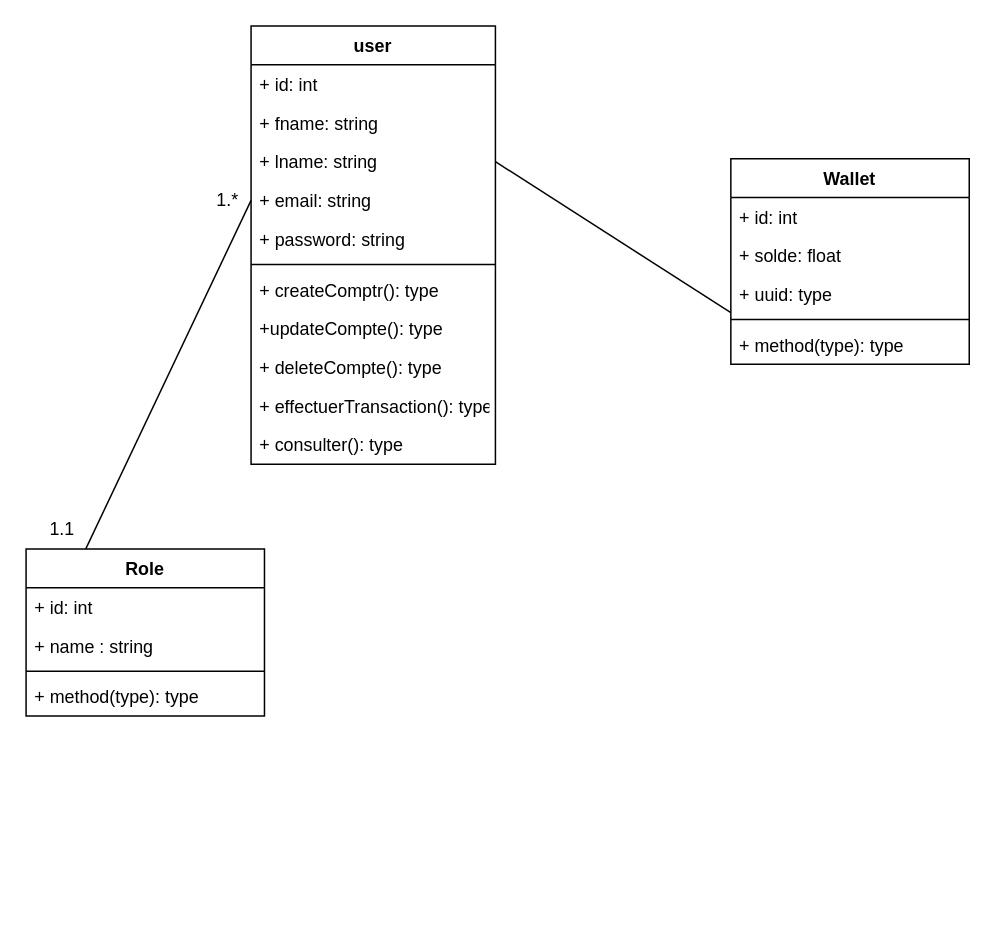
Before: conception/class.drawio in MaryemKhaoua/API, a draw.io diagram. Source tidied: cells renumbered, new cells numbered last; positions are measured from the earlier drawing's top-left corner, leaving out a move shared by most shapes. Both pictures are drawn from the tidied source at 149%, with x=0, y=0 at pixel (25, 25).
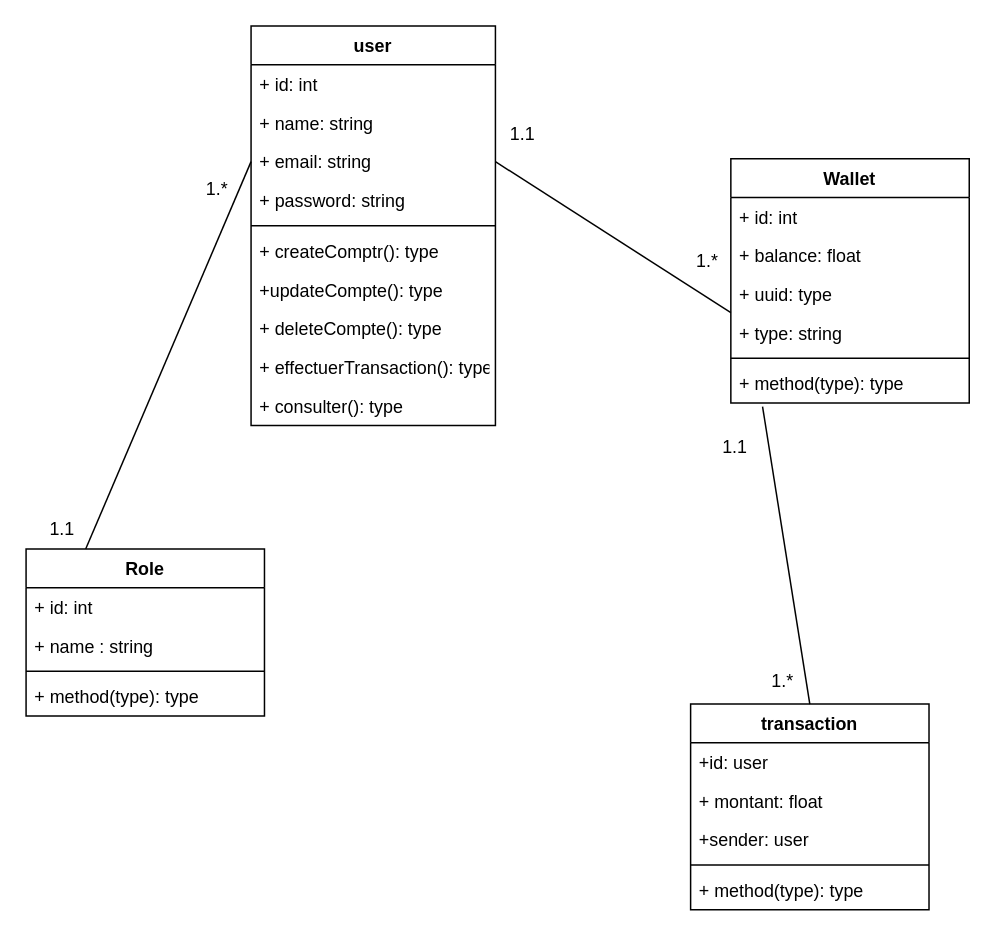
The same page after the edit.

Commit message:
modifier dans method auth

Unchanged cells that the change refers to:
```xml
<mxCell id="17" value="+ uuid: type" style="text;strokeColor=none;fillColor=none;align=left;verticalAlign=top;spacingLeft=4;spacingRight=4;overflow=hidden;points=[[0,0.5],[1,0.5]];portConstraint=eastwest;" parent="14" vertex="1">
  <mxGeometry y="78" width="160" height="26" as="geometry" />
</mxCell>
```

Change to the diagram source:
```diff
@@
     <mxCell id="2" value="user" style="swimlane;fontStyle=1;align=center;verticalAlign=top;horizontal=1;startSize=26;" parent="1" vertex="1">
-      <mxGeometry x="151" width="164" height="294" as="geometry" />
+      <mxGeometry x="151" width="164" height="268" as="geometry" />
     </mxCell>
@@
-    <mxCell id="4" value="+ fname: string" style="text;strokeColor=none;fillColor=none;align=left;verticalAlign=top;spacingLeft=4;spacingRight=4;overflow=hidden;" parent="2" vertex="1">
+    <mxCell id="4" value="+ name: string" style="text;strokeColor=none;fillColor=none;align=left;verticalAlign=top;spacingLeft=4;spacingRight=4;overflow=hidden;" parent="2" vertex="1">
       <mxGeometry y="52" width="164" height="26" as="geometry" />
     </mxCell>
-    <mxCell id="5" value="+ lname: string" style="text;strokeColor=none;fillColor=none;align=left;verticalAlign=top;spacingLeft=4;spacingRight=4;overflow=hidden;points=[[0,0.5],[1,0.5]];portConstraint=eastwest;" parent="2" vertex="1">
-      <mxGeometry y="78" width="164" height="26" as="geometry" />
-    </mxCell>
     <mxCell id="6" value="+ email: string" style="text;strokeColor=none;fillColor=none;align=left;verticalAlign=top;spacingLeft=4;spacingRight=4;overflow=hidden;points=[[0,0.5],[1,0.5]];portConstraint=eastwest;" parent="2" vertex="1">
-      <mxGeometry y="104" width="164" height="26" as="geometry" />
+      <mxGeometry y="78" width="164" height="26" as="geometry" />
     </mxCell>
     <mxCell id="7" value="+ password: string" style="text;strokeColor=none;fillColor=none;align=left;verticalAlign=top;spacingLeft=4;spacingRight=4;overflow=hidden;" parent="2" vertex="1">
-      <mxGeometry y="130" width="164" height="26" as="geometry" />
+      <mxGeometry y="104" width="164" height="26" as="geometry" />
     </mxCell>
     <mxCell id="8" style="line;strokeWidth=1;fillColor=none;align=left;verticalAlign=middle;spacingTop=-1;spacingLeft=3;spacingRight=3;labelPosition=right;strokeColor=inherit;" parent="2" vertex="1">
-      <mxGeometry y="156" width="164" height="8" as="geometry" />
+      <mxGeometry y="130" width="164" height="8" as="geometry" />
     </mxCell>
     <mxCell id="9" value="+ createComptr(): type" style="text;strokeColor=none;fillColor=none;align=left;verticalAlign=top;spacingLeft=4;spacingRight=4;overflow=hidden;" parent="2" vertex="1">
-      <mxGeometry y="164" width="164" height="26" as="geometry" />
+      <mxGeometry y="138" width="164" height="26" as="geometry" />
     </mxCell>
     <mxCell id="10" value="+updateCompte(): type" style="text;strokeColor=none;fillColor=none;align=left;verticalAlign=top;spacingLeft=4;spacingRight=4;overflow=hidden;" parent="2" vertex="1">
-      <mxGeometry y="190" width="164" height="26" as="geometry" />
+      <mxGeometry y="164" width="164" height="26" as="geometry" />
     </mxCell>
     <mxCell id="11" value="+ deleteCompte(): type" style="text;strokeColor=none;fillColor=none;align=left;verticalAlign=top;spacingLeft=4;spacingRight=4;overflow=hidden;" parent="2" vertex="1">
-      <mxGeometry y="216" width="164" height="26" as="geometry" />
+      <mxGeometry y="190" width="164" height="26" as="geometry" />
     </mxCell>
     <mxCell id="12" value="+ effectuerTransaction(): type" style="text;strokeColor=none;fillColor=none;align=left;verticalAlign=top;spacingLeft=4;spacingRight=4;overflow=hidden;" parent="2" vertex="1">
-      <mxGeometry y="242" width="164" height="26" as="geometry" />
+      <mxGeometry y="216" width="164" height="26" as="geometry" />
     </mxCell>
     <mxCell id="13" value="+ consulter(): type" style="text;strokeColor=none;fillColor=none;align=left;verticalAlign=top;spacingLeft=4;spacingRight=4;overflow=hidden;" parent="2" vertex="1">
-      <mxGeometry y="268" width="164" height="26" as="geometry" />
+      <mxGeometry y="242" width="164" height="26" as="geometry" />
     </mxCell>
     <mxCell id="14" value="Wallet" style="swimlane;fontStyle=1;align=center;verticalAlign=top;horizontal=1;startSize=26;" parent="1" vertex="1">
-      <mxGeometry x="473" y="89" width="160" height="138" as="geometry" />
+      <mxGeometry x="473" y="89" width="160" height="164" as="geometry" />
     </mxCell>
@@
-    <mxCell id="16" value="+ solde: float" style="text;strokeColor=none;fillColor=none;align=left;verticalAlign=top;spacingLeft=4;spacingRight=4;overflow=hidden;" parent="14" vertex="1">
+    <mxCell id="16" value="+ balance: float" style="text;strokeColor=none;fillColor=none;align=left;verticalAlign=top;spacingLeft=4;spacingRight=4;overflow=hidden;" parent="14" vertex="1">
       <mxGeometry y="52" width="160" height="26" as="geometry" />
     </mxCell>
@@
+    <mxCell id="29" value="+ type: string" style="text;strokeColor=none;fillColor=none;align=left;verticalAlign=top;spacingLeft=4;spacingRight=4;overflow=hidden;" parent="14" vertex="1">
+      <mxGeometry y="104" width="160" height="26" as="geometry" />
+    </mxCell>
     <mxCell id="18" style="line;strokeWidth=1;fillColor=none;align=left;verticalAlign=middle;spacingTop=-1;spacingLeft=3;spacingRight=3;labelPosition=right;strokeColor=inherit;" parent="14" vertex="1">
-      <mxGeometry y="104" width="160" height="8" as="geometry" />
+      <mxGeometry y="130" width="160" height="8" as="geometry" />
     </mxCell>
     <mxCell id="19" value="+ method(type): type" style="text;strokeColor=none;fillColor=none;align=left;verticalAlign=top;spacingLeft=4;spacingRight=4;overflow=hidden;points=[[0,0.5],[1,0.5]];portConstraint=eastwest;" parent="14" vertex="1">
-      <mxGeometry y="112" width="160" height="26" as="geometry" />
+      <mxGeometry y="138" width="160" height="26" as="geometry" />
     </mxCell>
@@
-    <mxCell id="25" style="edgeStyle=none;html=1;exitX=1;exitY=0.5;exitDx=0;exitDy=0;entryX=0;entryY=0.974;entryDx=0;entryDy=0;entryPerimeter=0;endArrow=none;endFill=0;" parent="1" edge="1" source="5" target="17">
-      <mxGeometry relative="1" as="geometry" />
+    <mxCell id="25" style="edgeStyle=none;html=1;exitX=1;exitY=0.5;exitDx=0;exitDy=0;entryX=0;entryY=0.974;entryDx=0;entryDy=0;entryPerimeter=0;endArrow=none;endFill=0;" parent="1" edge="1" target="17">
+      <mxGeometry relative="1" as="geometry">
+        <mxPoint x="315" y="91" as="sourcePoint" />
+      </mxGeometry>
     </mxCell>
@@
     <mxCell id="28" value="1.*" style="text;html=1;align=center;verticalAlign=middle;strokeColor=none;fillColor=none;" parent="1" vertex="1">
-      <mxGeometry x="118" y="104" width="33" height="26" as="geometry" />
+      <mxGeometry x="111" y="97" width="33" height="26" as="geometry" />
     </mxCell>
+    <mxCell id="30" value="1.1" style="text;html=1;align=center;verticalAlign=middle;strokeColor=none;fillColor=none;" parent="1" vertex="1">
+      <mxGeometry x="315" y="60" width="35" height="26" as="geometry" />
+    </mxCell>
+    <mxCell id="31" value="1.*" style="text;html=1;align=center;verticalAlign=middle;strokeColor=none;fillColor=none;" parent="1" vertex="1">
+      <mxGeometry x="440" y="145" width="33" height="26" as="geometry" />
+    </mxCell>
+    <mxCell id="32" value="transaction" style="swimlane;fontStyle=1;align=center;verticalAlign=top;horizontal=1;startSize=26;" parent="1" vertex="1">
+      <mxGeometry x="446" y="455" width="160" height="138" as="geometry" />
+    </mxCell>
+    <mxCell id="33" value="+id: user" style="text;strokeColor=none;fillColor=none;align=left;verticalAlign=top;spacingLeft=4;spacingRight=4;overflow=hidden;" parent="32" vertex="1">
+      <mxGeometry y="26" width="160" height="26" as="geometry" />
+    </mxCell>
+    <mxCell id="34" value="+ montant: float" style="text;strokeColor=none;fillColor=none;align=left;verticalAlign=top;spacingLeft=4;spacingRight=4;overflow=hidden;" parent="32" vertex="1">
+      <mxGeometry y="52" width="160" height="26" as="geometry" />
+    </mxCell>
+    <mxCell id="35" value="+sender: user" style="text;strokeColor=none;fillColor=none;align=left;verticalAlign=top;spacingLeft=4;spacingRight=4;overflow=hidden;" parent="32" vertex="1">
+      <mxGeometry y="78" width="160" height="26" as="geometry" />
+    </mxCell>
+    <mxCell id="36" style="line;strokeWidth=1;fillColor=none;align=left;verticalAlign=middle;spacingTop=-1;spacingLeft=3;spacingRight=3;labelPosition=right;strokeColor=inherit;" parent="32" vertex="1">
+      <mxGeometry y="104" width="160" height="8" as="geometry" />
+    </mxCell>
+    <mxCell id="37" value="+ method(type): type" style="text;strokeColor=none;fillColor=none;align=left;verticalAlign=top;spacingLeft=4;spacingRight=4;overflow=hidden;" parent="32" vertex="1">
+      <mxGeometry y="112" width="160" height="26" as="geometry" />
+    </mxCell>
+    <mxCell id="38" style="edgeStyle=none;html=1;exitX=0.133;exitY=1.09;exitDx=0;exitDy=0;entryX=0.5;entryY=0;entryDx=0;entryDy=0;endArrow=none;endFill=0;exitPerimeter=0;" parent="1" edge="1" source="19" target="32">
+      <mxGeometry relative="1" as="geometry" />
+    </mxCell>
+    <mxCell id="39" value="1.*" style="text;html=1;strokeColor=none;fillColor=none;align=center;verticalAlign=middle;whiteSpace=wrap;rounded=0;" parent="1" vertex="1">
+      <mxGeometry x="478" y="425" width="60" height="30" as="geometry" />
+    </mxCell>
+    <mxCell id="40" value="1.1" style="text;html=1;strokeColor=none;fillColor=none;align=center;verticalAlign=middle;whiteSpace=wrap;rounded=0;" parent="1" vertex="1">
+      <mxGeometry x="446" y="268" width="60" height="30" as="geometry" />
+    </mxCell>
```
